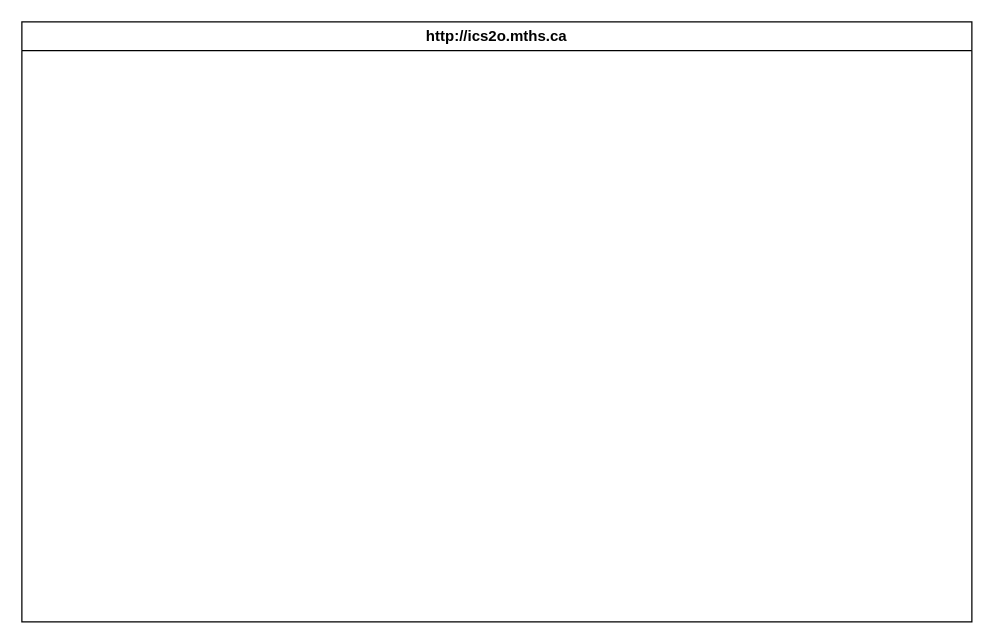
This is design/storyboard.drawio from kai-nguyen-4/ICD2O-Unit-6-01-kai-nguyen-4, a draw.io file, before an edit. Source tidied: cells renumbered, new cells numbered last; positions are measured from the earlier drawing's top-left corner, leaving out a move shared by most shapes. Both pictures are drawn from the tidied source at 125%, with x=0, y=0 at pixel (21, 21).
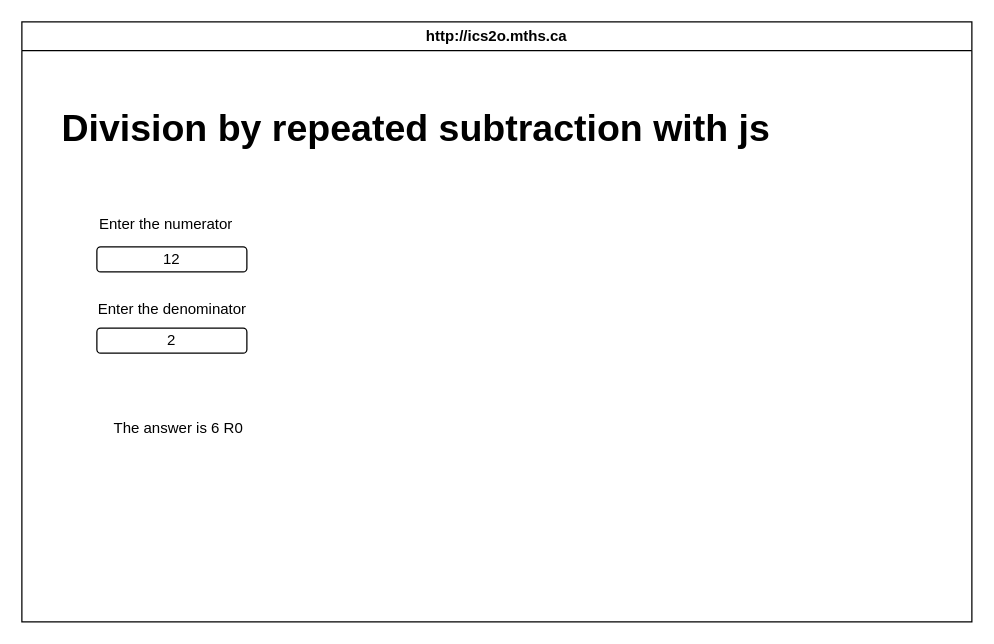
After the change.

Commit message (it also covers changes not shown here):
flowchart and storyboard

Diff of the diagram source:
```diff
@@
 <mxGraphModel>
   <root>
     <mxCell id="0" />
     <mxCell id="1" parent="0" />
     <mxCell id="2" value="http://ics2o.mths.ca" style="swimlane;whiteSpace=wrap;html=1;" parent="1" vertex="1">
       <mxGeometry width="760" height="480" as="geometry" />
     </mxCell>
+    <mxCell id="3" value="&lt;font style=&quot;font-size: 30px;&quot;&gt;&lt;b&gt;Division by repeated subtraction with js&lt;/b&gt;&lt;/font&gt;" style="text;html=1;align=center;verticalAlign=middle;strokeColor=none;fillColor=none;" parent="2" vertex="1">
+      <mxGeometry x="20" y="60" width="590" height="50" as="geometry" />
+    </mxCell>
+    <mxCell id="4" value="&lt;font style=&quot;font-size: 12px;&quot;&gt;Enter the numerator&lt;/font&gt;" style="text;html=1;align=center;verticalAlign=middle;strokeColor=none;fillColor=none;fontSize=30;" parent="2" vertex="1">
+      <mxGeometry x="50" y="130" width="130" height="50" as="geometry" />
+    </mxCell>
+    <mxCell id="5" value="12" style="rounded=1;whiteSpace=wrap;html=1;fontSize=12;" parent="2" vertex="1">
+      <mxGeometry x="60" y="180" width="120" height="20" as="geometry" />
+    </mxCell>
+    <mxCell id="6" value="Enter the denominator" style="text;html=1;align=center;verticalAlign=middle;strokeColor=none;fillColor=none;fontSize=12;" parent="2" vertex="1">
+      <mxGeometry x="50" y="215" width="140" height="30" as="geometry" />
+    </mxCell>
+    <mxCell id="7" value="2" style="rounded=1;whiteSpace=wrap;html=1;fontSize=12;" parent="2" vertex="1">
+      <mxGeometry x="60" y="245" width="120" height="20" as="geometry" />
+    </mxCell>
+    <mxCell id="8" value="The answer is 6 R0" style="text;html=1;align=center;verticalAlign=middle;strokeColor=none;fillColor=none;fontSize=12;" parent="2" vertex="1">
+      <mxGeometry x="60" y="310" width="130" height="30" as="geometry" />
+    </mxCell>
   </root>
 </mxGraphModel>
```
